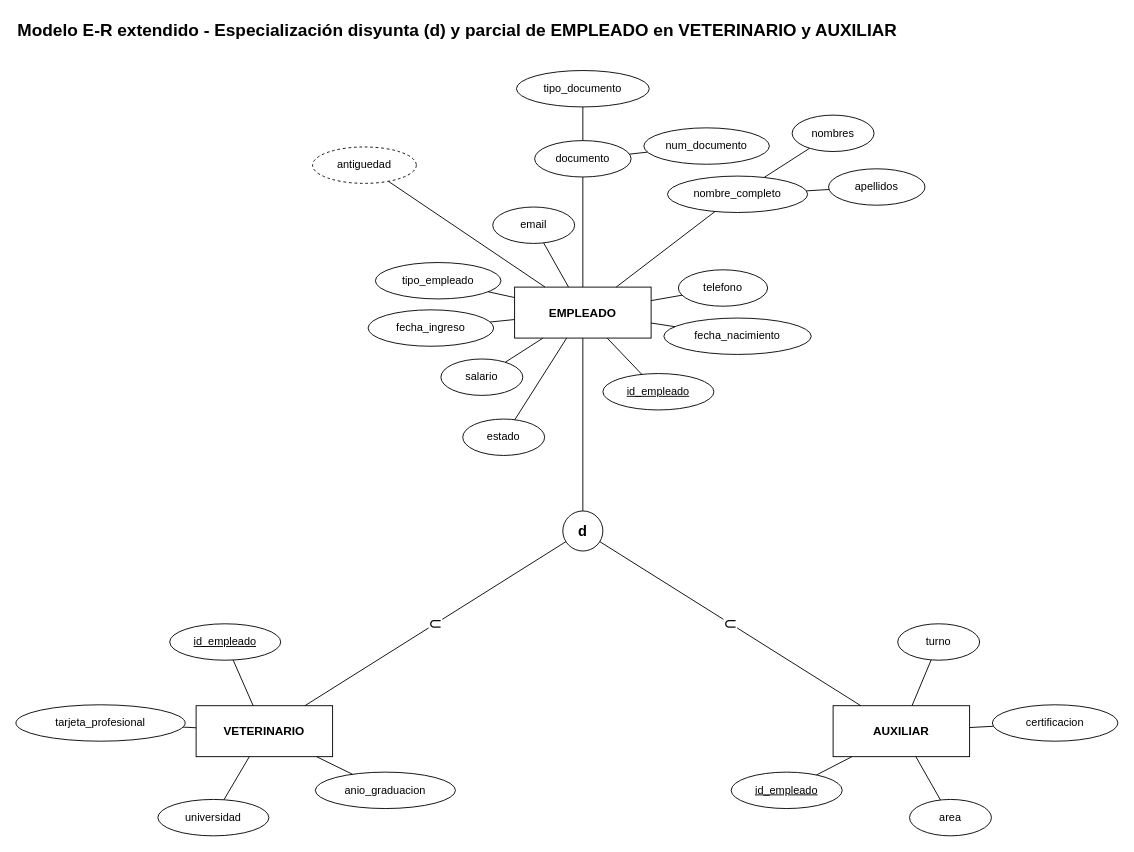
This is documentos/fase1/diagramas_drawio/10_EER_Especializacion_EMPLEADO.drawio from Estarlan/proyecto-bd1-sigevet, a draw.io file, before an edit. Source tidied: cells renumbered, new cells numbered last; positions are measured from the earlier drawing's top-left corner, leaving out a move shared by most shapes. Both pictures are drawn from the tidied source at 91%, with x=0, y=0 at pixel (15, 15).
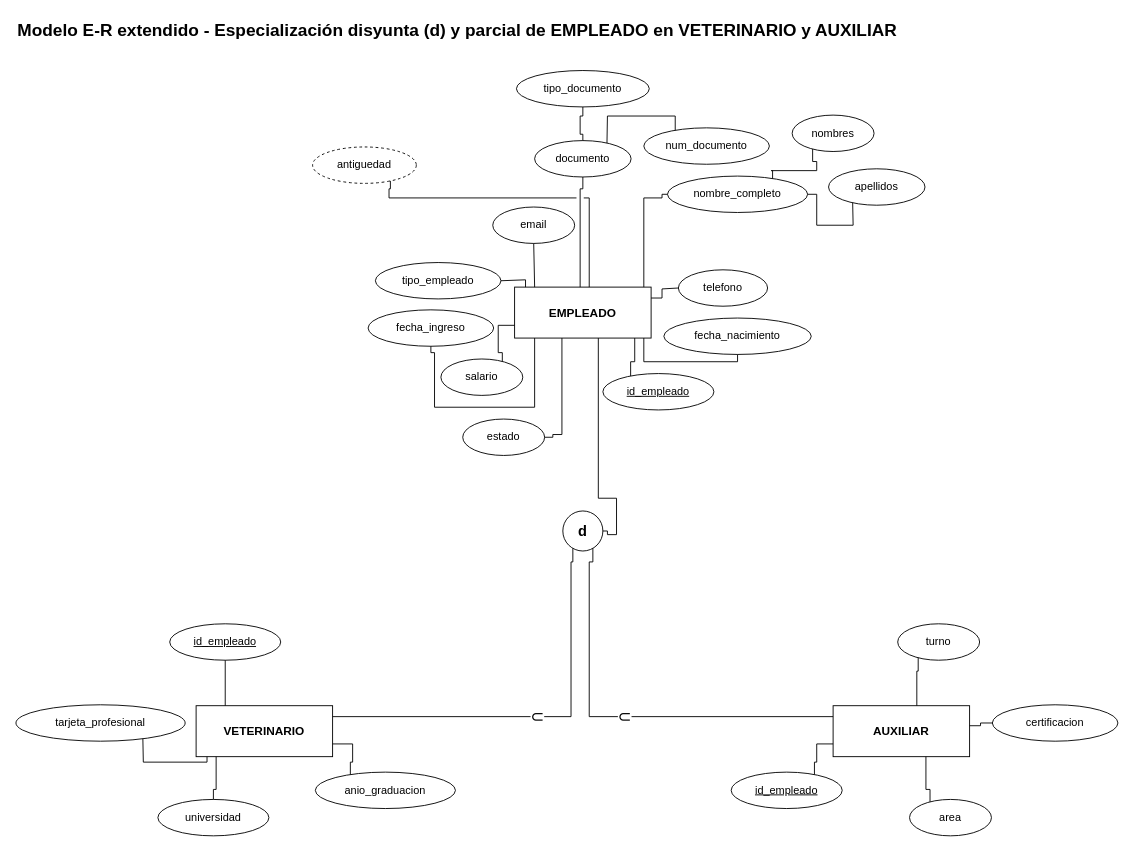
The same diagram, later.

The change refers to these unchanged cells:
```xml
<mxCell id="3" value="EMPLEADO" style="rounded=0;whiteSpace=wrap;html=1;fillColor=none;fontSize=13;fontStyle=1;" parent="1" vertex="1">
<mxCell id="4" value="VETERINARIO" style="rounded=0;whiteSpace=wrap;html=1;fillColor=none;fontSize=13;fontStyle=1;" parent="1" vertex="1">
<mxCell id="5" value="AUXILIAR" style="rounded=0;whiteSpace=wrap;html=1;fillColor=none;fontSize=13;fontStyle=1;" parent="1" vertex="1">
<mxCell id="6" value="d" style="ellipse;whiteSpace=wrap;html=1;fillColor=none;fontSize=12;fontStyle=1;fontSize=16;" parent="1" vertex="1">
<mxCell id="10" value="&lt;u&gt;id_empleado&lt;/u&gt;" style="ellipse;whiteSpace=wrap;html=1;fillColor=none;fontSize=12;" parent="1" vertex="1">
<mxCell id="12" value="documento" style="ellipse;whiteSpace=wrap;html=1;fillColor=none;fontSize=12;" parent="1" vertex="1">
<mxCell id="14" value="tipo_documento" style="ellipse;whiteSpace=wrap;html=1;fillColor=none;fontSize=12;" parent="1" vertex="1">
<mxCell id="16" value="num_documento" style="ellipse;whiteSpace=wrap;html=1;fillColor=none;fontSize=12;" parent="1" vertex="1">
<mxCell id="18" value="nombre_completo" style="ellipse;whiteSpace=wrap;html=1;fillColor=none;fontSize=12;" parent="1" vertex="1">
<mxCell id="20" value="nombres" style="ellipse;whiteSpace=wrap;html=1;fillColor=none;fontSize=12;" parent="1" vertex="1">
<mxCell id="22" value="apellidos" style="ellipse;whiteSpace=wrap;html=1;fillColor=none;fontSize=12;" parent="1" vertex="1">
<mxCell id="24" value="fecha_nacimiento" style="ellipse;whiteSpace=wrap;html=1;fillColor=none;fontSize=12;" parent="1" vertex="1">
<mxCell id="26" value="telefono" style="ellipse;whiteSpace=wrap;html=1;fillColor=none;fontSize=12;" parent="1" vertex="1">
<mxCell id="28" value="email" style="ellipse;whiteSpace=wrap;html=1;fillColor=none;fontSize=12;" parent="1" vertex="1">
<mxCell id="30" value="tipo_empleado" style="ellipse;whiteSpace=wrap;html=1;fillColor=none;fontSize=12;" parent="1" vertex="1">
<mxCell id="32" value="fecha_ingreso" style="ellipse;whiteSpace=wrap;html=1;fillColor=none;fontSize=12;" parent="1" vertex="1">
<mxCell id="34" value="salario" style="ellipse;whiteSpace=wrap;html=1;fillColor=none;fontSize=12;" parent="1" vertex="1">
<mxCell id="36" value="estado" style="ellipse;whiteSpace=wrap;html=1;fillColor=none;fontSize=12;" parent="1" vertex="1">
<mxCell id="38" value="antiguedad" style="ellipse;dashed=1;whiteSpace=wrap;html=1;fillColor=none;fontSize=12;" parent="1" vertex="1">
<mxCell id="40" value="&lt;u&gt;id_empleado&lt;/u&gt;" style="ellipse;whiteSpace=wrap;html=1;fillColor=none;fontSize=12;" parent="1" vertex="1">
<mxCell id="42" value="tarjeta_profesional" style="ellipse;whiteSpace=wrap;html=1;fillColor=none;fontSize=12;" parent="1" vertex="1">
<mxCell id="44" value="universidad" style="ellipse;whiteSpace=wrap;html=1;fillColor=none;fontSize=12;" parent="1" vertex="1">
<mxCell id="46" value="anio_graduacion" style="ellipse;whiteSpace=wrap;html=1;fillColor=none;fontSize=12;" parent="1" vertex="1">
<mxCell id="48" value="&lt;u&gt;id_empleado&lt;/u&gt;" style="ellipse;whiteSpace=wrap;html=1;fillColor=none;fontSize=12;" parent="1" vertex="1">
<mxCell id="50" value="area" style="ellipse;whiteSpace=wrap;html=1;fillColor=none;fontSize=12;" parent="1" vertex="1">
<mxCell id="52" value="certificacion" style="ellipse;whiteSpace=wrap;html=1;fillColor=none;fontSize=12;" parent="1" vertex="1">
<mxCell id="54" value="turno" style="ellipse;whiteSpace=wrap;html=1;fillColor=none;fontSize=12;" parent="1" vertex="1">
```

Diff of the diagram source:
```diff
@@
-    <mxCell id="7" style="html=1;endArrow=none;fontSize=12;labelBackgroundColor=default;jumpStyle=arc;jumpSize=10;" parent="1" edge="1" source="3" target="6">
-      <mxGeometry relative="1" as="geometry" />
+    <mxCell id="7" style="html=1;endArrow=none;fontSize=12;labelBackgroundColor=default;jumpStyle=gap;jumpSize=8;edgeStyle=none;rounded=0;exitX=0.61333333;exitY=1.00000000;exitPerimeter=0;entryX=1.00000000;entryY=0.50000000;entryPerimeter=0;" parent="1" edge="1" source="3" target="6">
+      <mxGeometry relative="1" as="geometry">
+        <Array as="points">
+          <mxPoint x="640" y="360" />
+          <mxPoint x="640" y="530" />
+          <mxPoint x="660" y="530" />
+          <mxPoint x="660" y="570" />
+          <mxPoint x="650" y="570" />
+          <mxPoint x="650" y="566" />
+        </Array>
+      </mxGeometry>
     </mxCell>
-    <mxCell id="8" value="⊂" style="html=1;endArrow=none;fontSize=12;labelBackgroundColor=default;fontSize=18;jumpStyle=arc;jumpSize=10;" parent="1" edge="1" source="6" target="4">
-      <mxGeometry relative="1" as="geometry" />
+    <mxCell id="8" value="⊂" style="html=1;endArrow=none;fontSize=12;labelBackgroundColor=default;fontSize=18;jumpStyle=gap;jumpSize=8;edgeStyle=none;rounded=0;exitX=0.25000000;exitY=0.93301270;exitPerimeter=0;entryX=1.00000000;entryY=0.21428571;entryPerimeter=0;" parent="1" edge="1" source="6" target="4">
+      <mxGeometry relative="1" as="geometry">
+        <Array as="points">
+          <mxPoint x="612" y="600" />
+          <mxPoint x="610" y="600" />
+          <mxPoint x="610" y="770" />
+          <mxPoint x="360" y="770" />
+        </Array>
+      </mxGeometry>
     </mxCell>
-    <mxCell id="9" value="⊂" style="html=1;endArrow=none;fontSize=12;labelBackgroundColor=default;fontSize=18;jumpStyle=arc;jumpSize=10;" parent="1" edge="1" source="6" target="5">
-      <mxGeometry relative="1" as="geometry" />
+    <mxCell id="9" value="⊂" style="html=1;endArrow=none;fontSize=12;labelBackgroundColor=default;fontSize=18;jumpStyle=gap;jumpSize=8;edgeStyle=none;rounded=0;exitX=0.75000000;exitY=0.93301270;exitPerimeter=0;entryX=0.00000000;entryY=0.21428571;entryPerimeter=0;" parent="1" edge="1" source="6" target="5">
+      <mxGeometry relative="1" as="geometry">
+        <Array as="points">
+          <mxPoint x="634" y="600" />
+          <mxPoint x="630" y="600" />
+          <mxPoint x="630" y="770" />
+          <mxPoint x="890" y="770" />
+        </Array>
+      </mxGeometry>
     </mxCell>
@@
-    <mxCell id="11" style="html=1;endArrow=none;fontSize=12;labelBackgroundColor=default;jumpStyle=arc;jumpSize=10;" parent="1" edge="1" source="3" target="10">
-      <mxGeometry relative="1" as="geometry" />
+    <mxCell id="11" style="html=1;endArrow=none;fontSize=12;labelBackgroundColor=default;jumpStyle=gap;jumpSize=8;edgeStyle=none;rounded=0;exitX=0.88000000;exitY=1.00000000;exitPerimeter=0;entryX=0.25000000;entryY=0.06698730;entryPerimeter=0;" parent="1" edge="1" source="3" target="10">
+      <mxGeometry relative="1" as="geometry">
+        <Array as="points">
+          <mxPoint x="680" y="360" />
+          <mxPoint x="680" y="380" />
+          <mxPoint x="675.5" y="380" />
+        </Array>
+      </mxGeometry>
     </mxCell>
@@
-    <mxCell id="13" style="html=1;endArrow=none;fontSize=12;labelBackgroundColor=default;jumpStyle=arc;jumpSize=10;" parent="1" edge="1" source="3" target="12">
-      <mxGeometry relative="1" as="geometry" />
+    <mxCell id="13" style="html=1;endArrow=none;fontSize=12;labelBackgroundColor=default;jumpStyle=gap;jumpSize=8;edgeStyle=none;rounded=0;exitX=0.48000000;exitY=0.00000000;exitPerimeter=0;entryX=0.50000000;entryY=1.00000000;entryPerimeter=0;" parent="1" edge="1" source="3" target="12">
+      <mxGeometry relative="1" as="geometry">
+        <Array as="points">
+          <mxPoint x="620" y="290" />
+          <mxPoint x="620" y="190" />
+          <mxPoint x="623" y="190" />
+        </Array>
+      </mxGeometry>
     </mxCell>
@@
-    <mxCell id="15" style="html=1;endArrow=none;fontSize=12;labelBackgroundColor=default;jumpStyle=arc;jumpSize=10;" parent="1" edge="1" source="12" target="14">
-      <mxGeometry relative="1" as="geometry" />
+    <mxCell id="15" style="html=1;endArrow=none;fontSize=12;labelBackgroundColor=default;jumpStyle=gap;jumpSize=8;edgeStyle=none;rounded=0;exitX=0.50000000;exitY=0.00000000;exitPerimeter=0;entryX=0.50000000;entryY=1.00000000;entryPerimeter=0;" parent="1" edge="1" source="12" target="14">
+      <mxGeometry relative="1" as="geometry">
+        <Array as="points">
+          <mxPoint x="623" y="130" />
+          <mxPoint x="620" y="130" />
+          <mxPoint x="620" y="110" />
+          <mxPoint x="623" y="110" />
+        </Array>
+      </mxGeometry>
     </mxCell>
@@
-    <mxCell id="17" style="html=1;endArrow=none;fontSize=12;labelBackgroundColor=default;jumpStyle=arc;jumpSize=10;" parent="1" edge="1" source="12" target="16">
-      <mxGeometry relative="1" as="geometry" />
+    <mxCell id="17" style="html=1;endArrow=none;fontSize=12;labelBackgroundColor=default;jumpStyle=gap;jumpSize=8;edgeStyle=none;rounded=0;exitX=0.75000000;exitY=0.06698730;exitPerimeter=0;entryX=0.25000000;entryY=0.06698730;entryPerimeter=0;" parent="1" edge="1" source="12" target="16">
+      <mxGeometry relative="1" as="geometry">
+        <Array as="points">
+          <mxPoint x="649.5" y="130" />
+          <mxPoint x="650" y="130" />
+          <mxPoint x="650" y="110" />
+          <mxPoint x="720" y="110" />
+          <mxPoint x="720" y="110" />
+          <mxPoint x="724.5" y="110" />
+        </Array>
+      </mxGeometry>
     </mxCell>
@@
-    <mxCell id="19" style="html=1;endArrow=none;fontSize=12;labelBackgroundColor=default;jumpStyle=arc;jumpSize=10;" parent="1" edge="1" source="3" target="18">
-      <mxGeometry relative="1" as="geometry" />
+    <mxCell id="19" style="html=1;endArrow=none;fontSize=12;labelBackgroundColor=default;jumpStyle=gap;jumpSize=8;edgeStyle=none;rounded=0;exitX=0.94666667;exitY=0.00000000;exitPerimeter=0;entryX=0.00000000;entryY=0.50000000;entryPerimeter=0;" parent="1" edge="1" source="3" target="18">
+      <mxGeometry relative="1" as="geometry">
+        <Array as="points">
+          <mxPoint x="690" y="290" />
+          <mxPoint x="690" y="200" />
+          <mxPoint x="710" y="200" />
+          <mxPoint x="710" y="196" />
+        </Array>
+      </mxGeometry>
     </mxCell>
@@
-    <mxCell id="21" style="html=1;endArrow=none;fontSize=12;labelBackgroundColor=default;jumpStyle=arc;jumpSize=10;" parent="1" edge="1" source="18" target="20">
-      <mxGeometry relative="1" as="geometry" />
+    <mxCell id="21" style="html=1;endArrow=none;fontSize=12;labelBackgroundColor=default;jumpStyle=gap;jumpSize=8;edgeStyle=none;rounded=0;exitX=0.75000000;exitY=0.06698730;exitPerimeter=0;entryX=0.25000000;entryY=0.93301270;entryPerimeter=0;" parent="1" edge="1" source="18" target="20">
+      <mxGeometry relative="1" as="geometry">
+        <Array as="points">
+          <mxPoint x="831.5" y="170" />
+          <mxPoint x="830" y="170" />
+          <mxPoint x="880" y="170" />
+          <mxPoint x="880" y="160" />
+          <mxPoint x="875.5" y="160" />
+        </Array>
+      </mxGeometry>
     </mxCell>
@@
-    <mxCell id="23" style="html=1;endArrow=none;fontSize=12;labelBackgroundColor=default;jumpStyle=arc;jumpSize=10;" parent="1" edge="1" source="18" target="22">
-      <mxGeometry relative="1" as="geometry" />
+    <mxCell id="23" style="html=1;endArrow=none;fontSize=12;labelBackgroundColor=default;jumpStyle=gap;jumpSize=8;edgeStyle=none;rounded=0;exitX=1.00000000;exitY=0.50000000;exitPerimeter=0;entryX=0.25000000;entryY=0.93301270;entryPerimeter=0;" parent="1" edge="1" source="18" target="22">
+      <mxGeometry relative="1" as="geometry">
+        <Array as="points">
+          <mxPoint x="880" y="196" />
+          <mxPoint x="880" y="200" />
+          <mxPoint x="880" y="230" />
+          <mxPoint x="920" y="230" />
+          <mxPoint x="920" y="220" />
+          <mxPoint x="919.5" y="220" />
+        </Array>
+      </mxGeometry>
     </mxCell>
@@
-    <mxCell id="25" style="html=1;endArrow=none;fontSize=12;labelBackgroundColor=default;jumpStyle=arc;jumpSize=10;" parent="1" edge="1" source="3" target="24">
-      <mxGeometry relative="1" as="geometry" />
+    <mxCell id="25" style="html=1;endArrow=none;fontSize=12;labelBackgroundColor=default;jumpStyle=gap;jumpSize=8;edgeStyle=none;rounded=0;exitX=0.94666667;exitY=1.00000000;exitPerimeter=0;entryX=0.50000000;entryY=1.00000000;entryPerimeter=0;" parent="1" edge="1" source="3" target="24">
+      <mxGeometry relative="1" as="geometry">
+        <Array as="points">
+          <mxPoint x="690" y="360" />
+          <mxPoint x="690" y="380" />
+          <mxPoint x="790" y="380" />
+          <mxPoint x="790" y="380" />
+          <mxPoint x="793" y="380" />
+        </Array>
+      </mxGeometry>
     </mxCell>
@@
-    <mxCell id="27" style="html=1;endArrow=none;fontSize=12;labelBackgroundColor=default;jumpStyle=arc;jumpSize=10;" parent="1" edge="1" source="3" target="26">
-      <mxGeometry relative="1" as="geometry" />
+    <mxCell id="27" style="html=1;endArrow=none;fontSize=12;labelBackgroundColor=default;jumpStyle=gap;jumpSize=8;edgeStyle=none;rounded=0;exitX=1.00000000;exitY=0.21428571;exitPerimeter=0;entryX=0.00000000;entryY=0.50000000;entryPerimeter=0;" parent="1" edge="1" source="3" target="26">
+      <mxGeometry relative="1" as="geometry">
+        <Array as="points">
+          <mxPoint x="710" y="310" />
+          <mxPoint x="710" y="300" />
+          <mxPoint x="720" y="300" />
+          <mxPoint x="720" y="299" />
+        </Array>
+      </mxGeometry>
     </mxCell>
@@
-    <mxCell id="29" style="html=1;endArrow=none;fontSize=12;labelBackgroundColor=default;jumpStyle=arc;jumpSize=10;" parent="1" edge="1" source="3" target="28">
-      <mxGeometry relative="1" as="geometry" />
+    <mxCell id="29" style="html=1;endArrow=none;fontSize=12;labelBackgroundColor=default;jumpStyle=gap;jumpSize=8;edgeStyle=none;rounded=0;exitX=0.14666667;exitY=0.00000000;exitPerimeter=0;entryX=0.50000000;entryY=1.00000000;entryPerimeter=0;" parent="1" edge="1" source="3" target="28">
+      <mxGeometry relative="1" as="geometry">
+        <Array as="points">
+          <mxPoint x="570" y="290" />
+          <mxPoint x="570" y="260" />
+          <mxPoint x="569" y="260" />
+        </Array>
+      </mxGeometry>
     </mxCell>
@@
-    <mxCell id="31" style="html=1;endArrow=none;fontSize=12;labelBackgroundColor=default;jumpStyle=arc;jumpSize=10;" parent="1" edge="1" source="3" target="30">
-      <mxGeometry relative="1" as="geometry" />
+    <mxCell id="31" style="html=1;endArrow=none;fontSize=12;labelBackgroundColor=default;jumpStyle=gap;jumpSize=8;edgeStyle=none;rounded=0;exitX=0.08000000;exitY=0.00000000;exitPerimeter=0;entryX=1.00000000;entryY=0.50000000;entryPerimeter=0;" parent="1" edge="1" source="3" target="30">
+      <mxGeometry relative="1" as="geometry">
+        <Array as="points">
+          <mxPoint x="560" y="290" />
+          <mxPoint x="540" y="290" />
+          <mxPoint x="540" y="291" />
+        </Array>
+      </mxGeometry>
     </mxCell>
@@
-    <mxCell id="33" style="html=1;endArrow=none;fontSize=12;labelBackgroundColor=default;jumpStyle=arc;jumpSize=10;" parent="1" edge="1" source="3" target="32">
-      <mxGeometry relative="1" as="geometry" />
+    <mxCell id="33" style="html=1;endArrow=none;fontSize=12;labelBackgroundColor=default;jumpStyle=gap;jumpSize=8;edgeStyle=none;rounded=0;exitX=0.14666667;exitY=1.00000000;exitPerimeter=0;entryX=0.50000000;entryY=1.00000000;entryPerimeter=0;" parent="1" edge="1" source="3" target="32">
+      <mxGeometry relative="1" as="geometry">
+        <Array as="points">
+          <mxPoint x="570" y="360" />
+          <mxPoint x="570" y="430" />
+          <mxPoint x="460" y="430" />
+          <mxPoint x="460" y="370" />
+          <mxPoint x="456" y="370" />
+        </Array>
+      </mxGeometry>
     </mxCell>
@@
-    <mxCell id="35" style="html=1;endArrow=none;fontSize=12;labelBackgroundColor=default;jumpStyle=arc;jumpSize=10;" parent="1" edge="1" source="3" target="34">
-      <mxGeometry relative="1" as="geometry" />
+    <mxCell id="35" style="html=1;endArrow=none;fontSize=12;labelBackgroundColor=default;jumpStyle=gap;jumpSize=8;edgeStyle=none;rounded=0;exitX=0.00000000;exitY=0.75000000;exitPerimeter=0;entryX=0.75000000;entryY=0.06698730;entryPerimeter=0;" parent="1" edge="1" source="3" target="34">
+      <mxGeometry relative="1" as="geometry">
+        <Array as="points">
+          <mxPoint x="540" y="340" />
+          <mxPoint x="530" y="340" />
+          <mxPoint x="530" y="370" />
+          <mxPoint x="534.5" y="370" />
+        </Array>
+      </mxGeometry>
     </mxCell>
@@
-    <mxCell id="37" style="html=1;endArrow=none;fontSize=12;labelBackgroundColor=default;jumpStyle=arc;jumpSize=10;" parent="1" edge="1" source="3" target="36">
-      <mxGeometry relative="1" as="geometry" />
+    <mxCell id="37" style="html=1;endArrow=none;fontSize=12;labelBackgroundColor=default;jumpStyle=gap;jumpSize=8;edgeStyle=none;rounded=0;exitX=0.34666667;exitY=1.00000000;exitPerimeter=0;entryX=1.00000000;entryY=0.50000000;entryPerimeter=0;" parent="1" edge="1" source="3" target="36">
+      <mxGeometry relative="1" as="geometry">
+        <Array as="points">
+          <mxPoint x="600" y="360" />
+          <mxPoint x="600" y="460" />
+          <mxPoint x="590" y="460" />
+          <mxPoint x="590" y="463" />
+        </Array>
+      </mxGeometry>
     </mxCell>
@@
-    <mxCell id="39" style="html=1;endArrow=none;fontSize=12;labelBackgroundColor=default;jumpStyle=arc;jumpSize=10;" parent="1" edge="1" source="3" target="38">
-      <mxGeometry relative="1" as="geometry" />
+    <mxCell id="39" style="html=1;endArrow=none;fontSize=12;labelBackgroundColor=default;jumpStyle=gap;jumpSize=8;edgeStyle=none;rounded=0;exitX=0.54666667;exitY=0.00000000;exitPerimeter=0;entryX=0.75000000;entryY=0.93301270;entryPerimeter=0;" parent="1" edge="1" source="3" target="38">
+      <mxGeometry relative="1" as="geometry">
+        <Array as="points">
+          <mxPoint x="630" y="290" />
+          <mxPoint x="630" y="200" />
+          <mxPoint x="410" y="200" />
+          <mxPoint x="410" y="190" />
+          <mxPoint x="411.5" y="190" />
+        </Array>
+      </mxGeometry>
     </mxCell>
@@
-    <mxCell id="41" style="html=1;endArrow=none;fontSize=12;labelBackgroundColor=default;jumpStyle=arc;jumpSize=10;" parent="1" edge="1" source="4" target="40">
-      <mxGeometry relative="1" as="geometry" />
+    <mxCell id="41" style="html=1;endArrow=none;fontSize=12;labelBackgroundColor=default;jumpStyle=gap;jumpSize=8;edgeStyle=none;rounded=0;exitX=0.21333333;exitY=0.00000000;exitPerimeter=0;entryX=0.50000000;entryY=1.00000000;entryPerimeter=0;" parent="1" edge="1" source="4" target="40">
+      <mxGeometry relative="1" as="geometry">
+        <Array as="points">
+          <mxPoint x="230" y="750" />
+          <mxPoint x="230" y="720" />
+          <mxPoint x="230" y="720" />
+        </Array>
+      </mxGeometry>
     </mxCell>
@@
-    <mxCell id="43" style="html=1;endArrow=none;fontSize=12;labelBackgroundColor=default;jumpStyle=arc;jumpSize=10;" parent="1" edge="1" source="4" target="42">
-      <mxGeometry relative="1" as="geometry" />
+    <mxCell id="43" style="html=1;endArrow=none;fontSize=12;labelBackgroundColor=default;jumpStyle=gap;jumpSize=8;edgeStyle=none;rounded=0;exitX=0.08000000;exitY=1.00000000;exitPerimeter=0;entryX=0.75000000;entryY=0.93301270;entryPerimeter=0;" parent="1" edge="1" source="4" target="42">
+      <mxGeometry relative="1" as="geometry">
+        <Array as="points">
+          <mxPoint x="210" y="820" />
+          <mxPoint x="140" y="820" />
+          <mxPoint x="140" y="810" />
+          <mxPoint x="139.5" y="810" />
+        </Array>
+      </mxGeometry>
     </mxCell>
@@
-    <mxCell id="45" style="html=1;endArrow=none;fontSize=12;labelBackgroundColor=default;jumpStyle=arc;jumpSize=10;" parent="1" edge="1" source="4" target="44">
-      <mxGeometry relative="1" as="geometry" />
+    <mxCell id="45" style="html=1;endArrow=none;fontSize=12;labelBackgroundColor=default;jumpStyle=gap;jumpSize=8;edgeStyle=none;rounded=0;exitX=0.14666667;exitY=1.00000000;exitPerimeter=0;entryX=0.50000000;entryY=0.00000000;entryPerimeter=0;" parent="1" edge="1" source="4" target="44">
+      <mxGeometry relative="1" as="geometry">
+        <Array as="points">
+          <mxPoint x="220" y="820" />
+          <mxPoint x="220" y="850" />
+          <mxPoint x="217" y="850" />
+        </Array>
+      </mxGeometry>
     </mxCell>
@@
-    <mxCell id="47" style="html=1;endArrow=none;fontSize=12;labelBackgroundColor=default;jumpStyle=arc;jumpSize=10;" parent="1" edge="1" source="4" target="46">
-      <mxGeometry relative="1" as="geometry" />
+    <mxCell id="47" style="html=1;endArrow=none;fontSize=12;labelBackgroundColor=default;jumpStyle=gap;jumpSize=8;edgeStyle=none;rounded=0;exitX=1.00000000;exitY=0.75000000;exitPerimeter=0;entryX=0.25000000;entryY=0.06698730;entryPerimeter=0;" parent="1" edge="1" source="4" target="46">
+      <mxGeometry relative="1" as="geometry">
+        <Array as="points">
+          <mxPoint x="360" y="800" />
+          <mxPoint x="370" y="800" />
+          <mxPoint x="370" y="820" />
+          <mxPoint x="367.5" y="820" />
+        </Array>
+      </mxGeometry>
     </mxCell>
@@
-    <mxCell id="49" style="html=1;endArrow=none;fontSize=12;labelBackgroundColor=default;jumpStyle=arc;jumpSize=10;" parent="1" edge="1" source="5" target="48">
-      <mxGeometry relative="1" as="geometry" />
+    <mxCell id="49" style="html=1;endArrow=none;fontSize=12;labelBackgroundColor=default;jumpStyle=gap;jumpSize=8;edgeStyle=none;rounded=0;exitX=0.00000000;exitY=0.75000000;exitPerimeter=0;entryX=0.75000000;entryY=0.06698730;entryPerimeter=0;" parent="1" edge="1" source="5" target="48">
+      <mxGeometry relative="1" as="geometry">
+        <Array as="points">
+          <mxPoint x="890" y="800" />
+          <mxPoint x="880" y="800" />
+          <mxPoint x="880" y="820" />
+          <mxPoint x="877.5" y="820" />
+        </Array>
+      </mxGeometry>
     </mxCell>
@@
-    <mxCell id="51" style="html=1;endArrow=none;fontSize=12;labelBackgroundColor=default;jumpStyle=arc;jumpSize=10;" parent="1" edge="1" source="5" target="50">
-      <mxGeometry relative="1" as="geometry" />
+    <mxCell id="51" style="html=1;endArrow=none;fontSize=12;labelBackgroundColor=default;jumpStyle=gap;jumpSize=8;edgeStyle=none;rounded=0;exitX=0.68000000;exitY=1.00000000;exitPerimeter=0;entryX=0.25000000;entryY=0.06698730;entryPerimeter=0;" parent="1" edge="1" source="5" target="50">
+      <mxGeometry relative="1" as="geometry">
+        <Array as="points">
+          <mxPoint x="1000" y="820" />
+          <mxPoint x="1000" y="850" />
+          <mxPoint x="1004.5" y="850" />
+        </Array>
+      </mxGeometry>
     </mxCell>
@@
-    <mxCell id="53" style="html=1;endArrow=none;fontSize=12;labelBackgroundColor=default;jumpStyle=arc;jumpSize=10;" parent="1" edge="1" source="5" target="52">
-      <mxGeometry relative="1" as="geometry" />
+    <mxCell id="53" style="html=1;endArrow=none;fontSize=12;labelBackgroundColor=default;jumpStyle=gap;jumpSize=8;edgeStyle=none;rounded=0;exitX=1.00000000;exitY=0.39285714;exitPerimeter=0;entryX=0.00000000;entryY=0.50000000;entryPerimeter=0;" parent="1" edge="1" source="5" target="52">
+      <mxGeometry relative="1" as="geometry">
+        <Array as="points">
+          <mxPoint x="1060" y="780" />
+          <mxPoint x="1060" y="780" />
+          <mxPoint x="1060" y="777" />
+        </Array>
+      </mxGeometry>
     </mxCell>
@@
-    <mxCell id="55" style="html=1;endArrow=none;fontSize=12;labelBackgroundColor=default;jumpStyle=arc;jumpSize=10;" parent="1" edge="1" source="5" target="54">
-      <mxGeometry relative="1" as="geometry" />
+    <mxCell id="55" style="html=1;endArrow=none;fontSize=12;labelBackgroundColor=default;jumpStyle=gap;jumpSize=8;edgeStyle=none;rounded=0;exitX=0.61333333;exitY=0.00000000;exitPerimeter=0;entryX=0.25000000;entryY=0.93301270;entryPerimeter=0;" parent="1" edge="1" source="5" target="54">
+      <mxGeometry relative="1" as="geometry">
+        <Array as="points">
+          <mxPoint x="990" y="750" />
+          <mxPoint x="990" y="720" />
+          <mxPoint x="991.5" y="720" />
+        </Array>
+      </mxGeometry>
     </mxCell>
```
